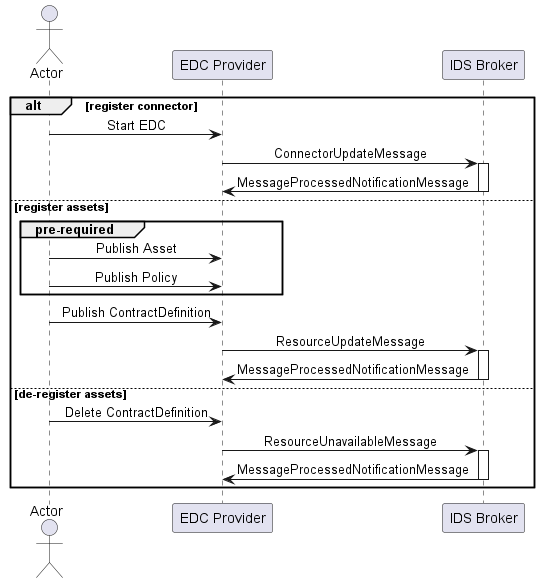
sovity/edc-ce keeps this PlantUML diagram as resources/docs/diagrams/broker-extension/broker-extension.png. Above is the earlier version.
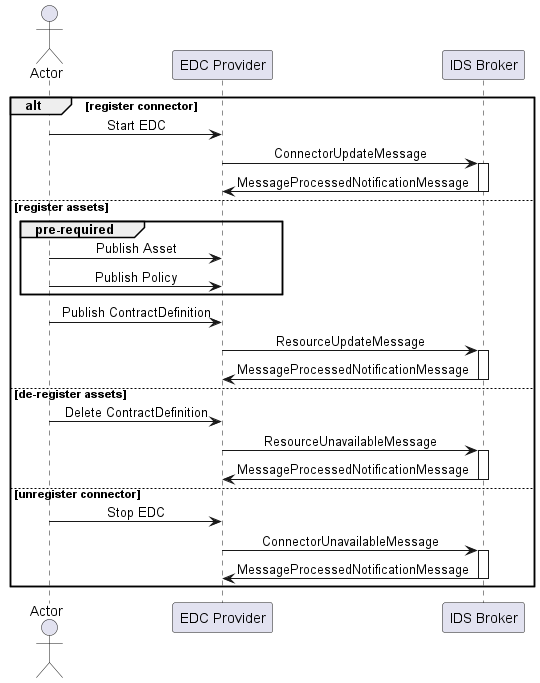
Above is the later version.

Commit message:
fix: add unregister connector to puml diagram

Diff of the diagram source:
```diff
@@ -27,5 +27,11 @@
     activate Broker
         Broker -> EDC: MessageProcessedNotificationMessage
     deactivate Broker
+else unregister connector
+    Actor -> EDC: Stop EDC
+    EDC -> Broker: ConnectorUnavailableMessage
+        activate Broker
+            Broker -> EDC: MessageProcessedNotificationMessage
+        deactivate Broker
 end
 @enduml
```
